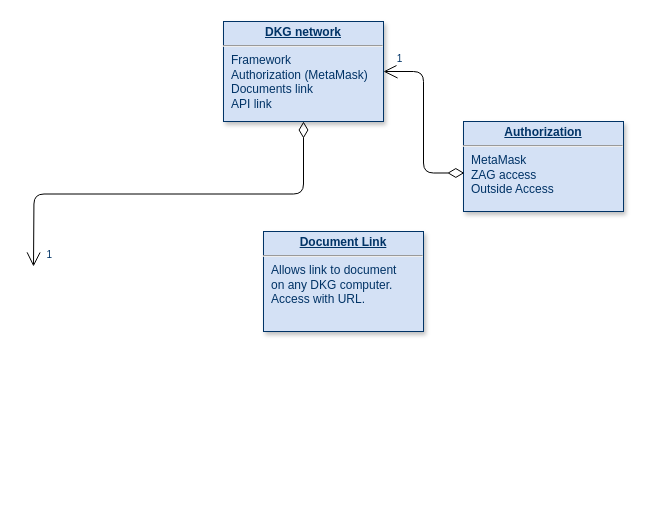
RokRud/ZAG-DKG keeps this draw.io diagram as Untitled Diagram.drawio. Above is the earlier version. Source tidied: cells renumbered, new cells numbered last; positions are measured from the earlier drawing's top-left corner, leaving out a move shared by most shapes. Both pictures are drawn from the tidied source at 100%, with x=0, y=0 at pixel (33, 21).
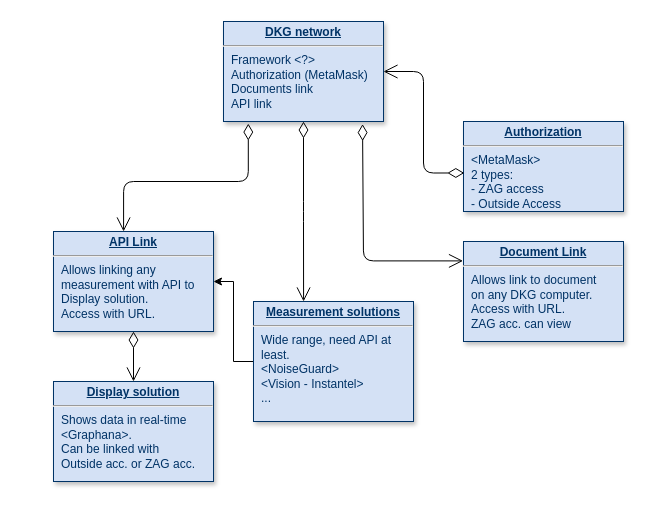
After the change.

Change to the diagram source:
```diff
@@
 <mxGraphModel>
   <root>
     <mxCell id="0" />
     <mxCell id="1" parent="0" />
-    <mxCell id="2" value="&lt;p style=&quot;margin: 0px; margin-top: 4px; text-align: center; text-decoration: underline;&quot;&gt;&lt;b&gt;DKG network&lt;/b&gt;&lt;/p&gt;&lt;hr&gt;&lt;p style=&quot;margin: 0px; margin-left: 8px;&quot;&gt;Framework&lt;/p&gt;&lt;p style=&quot;margin: 0px; margin-left: 8px;&quot;&gt;Authorization (MetaMask)&lt;/p&gt;&lt;p style=&quot;margin: 0px; margin-left: 8px;&quot;&gt;Documents link&lt;/p&gt;&lt;p style=&quot;margin: 0px; margin-left: 8px;&quot;&gt;API link&lt;/p&gt;" style="verticalAlign=top;align=left;overflow=fill;fontSize=12;fontFamily=Helvetica;html=1;strokeColor=#003366;shadow=1;fillColor=#D4E1F5;fontColor=#003366;" parent="1" vertex="1">
+    <mxCell id="2" value="&lt;p style=&quot;margin: 0px; margin-top: 4px; text-align: center; text-decoration: underline;&quot;&gt;&lt;b&gt;DKG network&lt;/b&gt;&lt;/p&gt;&lt;hr&gt;&lt;p style=&quot;margin: 0px; margin-left: 8px;&quot;&gt;Framework &amp;lt;?&amp;gt;&lt;/p&gt;&lt;p style=&quot;margin: 0px; margin-left: 8px;&quot;&gt;Authorization (MetaMask)&lt;/p&gt;&lt;p style=&quot;margin: 0px; margin-left: 8px;&quot;&gt;Documents link&lt;/p&gt;&lt;p style=&quot;margin: 0px; margin-left: 8px;&quot;&gt;API link&lt;/p&gt;" style="verticalAlign=top;align=left;overflow=fill;fontSize=12;fontFamily=Helvetica;html=1;strokeColor=#003366;shadow=1;fillColor=#D4E1F5;fontColor=#003366;" parent="1" vertex="1">
       <mxGeometry x="190" width="160" height="100" as="geometry" />
     </mxCell>
-    <mxCell id="3" style="endArrow=open;endSize=12;startArrow=diamondThin;startSize=14;startFill=0;edgeStyle=orthogonalEdgeStyle;exitX=0.5;exitY=1;exitDx=0;exitDy=0;" parent="1" edge="1" source="2">
+    <mxCell id="3" style="endArrow=open;endSize=12;startArrow=diamondThin;startSize=14;startFill=0;edgeStyle=orthogonalEdgeStyle;exitX=0.869;exitY=1.026;exitDx=0;exitDy=0;exitPerimeter=0;entryX=-0.003;entryY=0.194;entryDx=0;entryDy=0;entryPerimeter=0;" parent="1" edge="1" source="2" target="8">
       <mxGeometry x="620" y="340" as="geometry">
-        <mxPoint y="245" as="targetPoint" />
+        <Array as="points">
+          <mxPoint x="330" y="103" />
+          <mxPoint x="330" y="240" />
+          <mxPoint x="430" y="240" />
+        </Array>
       </mxGeometry>
     </mxCell>
-    <mxCell id="4" value="1" style="align=right;verticalAlign=top;labelBackgroundColor=#ffffff;fontSize=10;strokeColor=#003366;shadow=1;fillColor=#D4E1F5;fontColor=#003366;" parent="3" vertex="1">
-      <mxGeometry x="1" relative="1" as="geometry">
-        <mxPoint x="20" y="-25" as="offset" />
-      </mxGeometry>
-    </mxCell>
-    <mxCell id="5" value="&lt;p style=&quot;margin: 0px; margin-top: 4px; text-align: center; text-decoration: underline;&quot;&gt;&lt;b&gt;Authorization&lt;/b&gt;&lt;/p&gt;&lt;hr&gt;&lt;p style=&quot;margin: 0px; margin-left: 8px;&quot;&gt;&lt;span style=&quot;background-color: transparent; color: light-dark(rgb(0, 51, 102), rgb(161, 205, 249));&quot;&gt;MetaMask&lt;/span&gt;&lt;/p&gt;&lt;p style=&quot;margin: 0px; margin-left: 8px;&quot;&gt;&lt;span style=&quot;background-color: transparent; color: light-dark(rgb(0, 51, 102), rgb(161, 205, 249));&quot;&gt;ZAG access&lt;/span&gt;&lt;/p&gt;&lt;p style=&quot;margin: 0px; margin-left: 8px;&quot;&gt;&lt;span style=&quot;background-color: transparent; color: light-dark(rgb(0, 51, 102), rgb(161, 205, 249));&quot;&gt;Outside Access&lt;/span&gt;&lt;/p&gt;&lt;p style=&quot;margin: 0px; margin-left: 8px;&quot;&gt;&lt;span style=&quot;background-color: transparent; color: light-dark(rgb(0, 51, 102), rgb(161, 205, 249));&quot;&gt;&lt;br&gt;&lt;/span&gt;&lt;/p&gt;" style="verticalAlign=top;align=left;overflow=fill;fontSize=12;fontFamily=Helvetica;html=1;strokeColor=#003366;shadow=1;fillColor=#D4E1F5;fontColor=#003366;" parent="1" vertex="1">
+    <mxCell id="5" value="&lt;p style=&quot;margin: 0px; margin-top: 4px; text-align: center; text-decoration: underline;&quot;&gt;&lt;b&gt;Authorization&lt;/b&gt;&lt;/p&gt;&lt;hr&gt;&lt;p style=&quot;margin: 0px; margin-left: 8px;&quot;&gt;&lt;span style=&quot;background-color: transparent; color: light-dark(rgb(0, 51, 102), rgb(161, 205, 249));&quot;&gt;&amp;lt;MetaMask&amp;gt;&lt;/span&gt;&lt;/p&gt;&lt;p style=&quot;margin: 0px; margin-left: 8px;&quot;&gt;&lt;span style=&quot;background-color: transparent; color: light-dark(rgb(0, 51, 102), rgb(161, 205, 249));&quot;&gt;2 types:&lt;/span&gt;&lt;/p&gt;&lt;p style=&quot;margin: 0px; margin-left: 8px;&quot;&gt;&lt;span style=&quot;background-color: transparent; color: light-dark(rgb(0, 51, 102), rgb(161, 205, 249));&quot;&gt;- ZAG access&lt;/span&gt;&lt;/p&gt;&lt;p style=&quot;margin: 0px; margin-left: 8px;&quot;&gt;&lt;span style=&quot;background-color: transparent; color: light-dark(rgb(0, 51, 102), rgb(161, 205, 249));&quot;&gt;- Outside Access&lt;/span&gt;&lt;/p&gt;&lt;p style=&quot;margin: 0px; margin-left: 8px;&quot;&gt;&lt;span style=&quot;background-color: transparent; color: light-dark(rgb(0, 51, 102), rgb(161, 205, 249));&quot;&gt;&lt;br&gt;&lt;/span&gt;&lt;/p&gt;" style="verticalAlign=top;align=left;overflow=fill;fontSize=12;fontFamily=Helvetica;html=1;strokeColor=#003366;shadow=1;fillColor=#D4E1F5;fontColor=#003366;" parent="1" vertex="1">
       <mxGeometry x="430" y="100" width="160" height="90" as="geometry" />
     </mxCell>
     <mxCell id="6" style="endArrow=open;endSize=12;startArrow=diamondThin;startSize=14;startFill=0;edgeStyle=orthogonalEdgeStyle;exitX=0.005;exitY=0.572;exitDx=0;exitDy=0;entryX=1;entryY=0.5;entryDx=0;entryDy=0;exitPerimeter=0;" parent="1" edge="1" source="5" target="2">
       <mxGeometry x="620" y="340" as="geometry" />
     </mxCell>
-    <mxCell id="7" value="1" style="align=right;verticalAlign=top;labelBackgroundColor=#ffffff;fontSize=10;strokeColor=#003366;shadow=1;fillColor=#D4E1F5;fontColor=#003366;" parent="6" vertex="1">
-      <mxGeometry x="1" relative="1" as="geometry">
-        <mxPoint x="20" y="-25" as="offset" />
-      </mxGeometry>
-    </mxCell>
-    <mxCell id="8" value="&lt;p style=&quot;margin: 0px; margin-top: 4px; text-align: center; text-decoration: underline;&quot;&gt;&lt;b&gt;Document Link&lt;/b&gt;&lt;/p&gt;&lt;hr&gt;&lt;p style=&quot;margin: 0px; margin-left: 8px;&quot;&gt;Allows link to document&lt;/p&gt;&lt;p style=&quot;margin: 0px; margin-left: 8px;&quot;&gt;on any DKG computer.&lt;/p&gt;&lt;p style=&quot;margin: 0px; margin-left: 8px;&quot;&gt;Access with URL.&lt;/p&gt;" style="verticalAlign=top;align=left;overflow=fill;fontSize=12;fontFamily=Helvetica;html=1;strokeColor=#003366;shadow=1;fillColor=#D4E1F5;fontColor=#003366;" parent="1" vertex="1">
-      <mxGeometry x="230" y="210" width="160" height="100" as="geometry" />
+    <mxCell id="8" value="&lt;p style=&quot;margin: 0px; margin-top: 4px; text-align: center; text-decoration: underline;&quot;&gt;&lt;b&gt;Document Link&lt;/b&gt;&lt;/p&gt;&lt;hr&gt;&lt;p style=&quot;margin: 0px; margin-left: 8px;&quot;&gt;Allows link to document&lt;/p&gt;&lt;p style=&quot;margin: 0px; margin-left: 8px;&quot;&gt;on any DKG computer.&lt;/p&gt;&lt;p style=&quot;margin: 0px; margin-left: 8px;&quot;&gt;Access with URL.&lt;/p&gt;&lt;p style=&quot;margin: 0px; margin-left: 8px;&quot;&gt;ZAG acc. can view&lt;/p&gt;&lt;p style=&quot;margin: 0px; margin-left: 8px;&quot;&gt;&lt;br&gt;&lt;/p&gt;" style="verticalAlign=top;align=left;overflow=fill;fontSize=12;fontFamily=Helvetica;html=1;strokeColor=#003366;shadow=1;fillColor=#D4E1F5;fontColor=#003366;" parent="1" vertex="1">
+      <mxGeometry x="430" y="220" width="160" height="100" as="geometry" />
     </mxCell>
+    <mxCell id="9" value="&lt;p style=&quot;margin: 0px; margin-top: 4px; text-align: center; text-decoration: underline;&quot;&gt;&lt;b&gt;API Link&lt;/b&gt;&lt;/p&gt;&lt;hr&gt;&lt;p style=&quot;margin: 0px; margin-left: 8px;&quot;&gt;Allows linking any&lt;/p&gt;&lt;p style=&quot;margin: 0px; margin-left: 8px;&quot;&gt;&lt;span style=&quot;background-color: transparent; color: light-dark(rgb(0, 51, 102), rgb(161, 205, 249));&quot;&gt;measurement with API to&lt;/span&gt;&lt;/p&gt;&lt;p style=&quot;margin: 0px; margin-left: 8px;&quot;&gt;&lt;span style=&quot;background-color: transparent; color: light-dark(rgb(0, 51, 102), rgb(161, 205, 249));&quot;&gt;Display solution.&lt;/span&gt;&lt;/p&gt;&lt;p style=&quot;margin: 0px; margin-left: 8px;&quot;&gt;Access with URL.&lt;/p&gt;" style="verticalAlign=top;align=left;overflow=fill;fontSize=12;fontFamily=Helvetica;html=1;strokeColor=#003366;shadow=1;fillColor=#D4E1F5;fontColor=#003366;" parent="1" vertex="1">
+      <mxGeometry x="20" y="210" width="160" height="100" as="geometry" />
+    </mxCell>
+    <mxCell id="10" style="endArrow=open;endSize=12;startArrow=diamondThin;startSize=14;startFill=0;edgeStyle=orthogonalEdgeStyle;exitX=0.155;exitY=1.021;exitDx=0;exitDy=0;entryX=0.438;entryY=0;entryDx=0;entryDy=0;exitPerimeter=0;entryPerimeter=0;" parent="1" edge="1" source="2" target="9">
+      <mxGeometry x="620" y="340" as="geometry">
+        <Array as="points">
+          <mxPoint x="215" y="160" />
+          <mxPoint x="90" y="160" />
+        </Array>
+      </mxGeometry>
+    </mxCell>
+    <mxCell id="11" value="&lt;p style=&quot;margin: 0px; margin-top: 4px; text-align: center; text-decoration: underline;&quot;&gt;&lt;b&gt;Display solution&lt;/b&gt;&lt;/p&gt;&lt;hr&gt;&lt;p style=&quot;margin: 0px; margin-left: 8px;&quot;&gt;&lt;span style=&quot;background-color: transparent; color: light-dark(rgb(0, 51, 102), rgb(161, 205, 249));&quot;&gt;Shows data in real-time&lt;/span&gt;&lt;/p&gt;&lt;p style=&quot;margin: 0px; margin-left: 8px;&quot;&gt;&lt;span style=&quot;background-color: transparent; color: light-dark(rgb(0, 51, 102), rgb(161, 205, 249));&quot;&gt;&amp;lt;Graphana&amp;gt;.&lt;/span&gt;&lt;/p&gt;&lt;p style=&quot;margin: 0px; margin-left: 8px;&quot;&gt;&lt;span style=&quot;background-color: transparent; color: light-dark(rgb(0, 51, 102), rgb(161, 205, 249));&quot;&gt;Can be linked with&amp;nbsp;&lt;/span&gt;&lt;/p&gt;&lt;p style=&quot;margin: 0px; margin-left: 8px;&quot;&gt;&lt;span style=&quot;background-color: transparent; color: light-dark(rgb(0, 51, 102), rgb(161, 205, 249));&quot;&gt;Outside acc. or ZAG acc.&lt;/span&gt;&lt;/p&gt;" style="verticalAlign=top;align=left;overflow=fill;fontSize=12;fontFamily=Helvetica;html=1;strokeColor=#003366;shadow=1;fillColor=#D4E1F5;fontColor=#003366;" parent="1" vertex="1">
+      <mxGeometry x="20" y="360" width="160" height="100" as="geometry" />
+    </mxCell>
+    <mxCell id="12" style="endArrow=open;endSize=12;startArrow=diamondThin;startSize=14;startFill=0;edgeStyle=orthogonalEdgeStyle;exitX=0.5;exitY=1;exitDx=0;exitDy=0;entryX=0.5;entryY=0;entryDx=0;entryDy=0;" parent="1" edge="1" source="9" target="11">
+      <mxGeometry x="620" y="340" as="geometry">
+        <Array as="points">
+          <mxPoint x="100" y="360" />
+          <mxPoint x="100" y="360" />
+        </Array>
+      </mxGeometry>
+    </mxCell>
+    <mxCell id="13" style="edgeStyle=orthogonalEdgeStyle;rounded=0;jettySize=auto;html=1;entryX=1;entryY=0.5;entryDx=0;entryDy=0;" parent="1" edge="1" source="14" target="9">
+      <mxGeometry relative="1" as="geometry" />
+    </mxCell>
+    <mxCell id="14" value="&lt;p style=&quot;margin: 0px; margin-top: 4px; text-align: center; text-decoration: underline;&quot;&gt;&lt;b&gt;Measurement solutions&lt;/b&gt;&lt;/p&gt;&lt;hr&gt;&lt;p style=&quot;margin: 0px; margin-left: 8px;&quot;&gt;Wide range, need API at&lt;/p&gt;&lt;p style=&quot;margin: 0px; margin-left: 8px;&quot;&gt;least.&lt;/p&gt;&lt;p style=&quot;margin: 0px; margin-left: 8px;&quot;&gt;&amp;lt;NoiseGuard&amp;gt;&lt;/p&gt;&lt;p style=&quot;margin: 0px; margin-left: 8px;&quot;&gt;&amp;lt;Vision - Instantel&amp;gt;&lt;/p&gt;&lt;p style=&quot;margin: 0px; margin-left: 8px;&quot;&gt;...&lt;/p&gt;" style="verticalAlign=top;align=left;overflow=fill;fontSize=12;fontFamily=Helvetica;html=1;strokeColor=#003366;shadow=1;fillColor=#D4E1F5;fontColor=#003366;" parent="1" vertex="1">
+      <mxGeometry x="220" y="280" width="160" height="120" as="geometry" />
+    </mxCell>
+    <mxCell id="15" style="endArrow=open;endSize=12;startArrow=diamondThin;startSize=14;startFill=0;edgeStyle=orthogonalEdgeStyle;exitX=0.5;exitY=1;exitDx=0;exitDy=0;entryX=0.313;entryY=0;entryDx=0;entryDy=0;entryPerimeter=0;" parent="1" edge="1" source="2" target="14">
+      <mxGeometry x="620" y="340" as="geometry" />
+    </mxCell>
   </root>
 </mxGraphModel>
```
